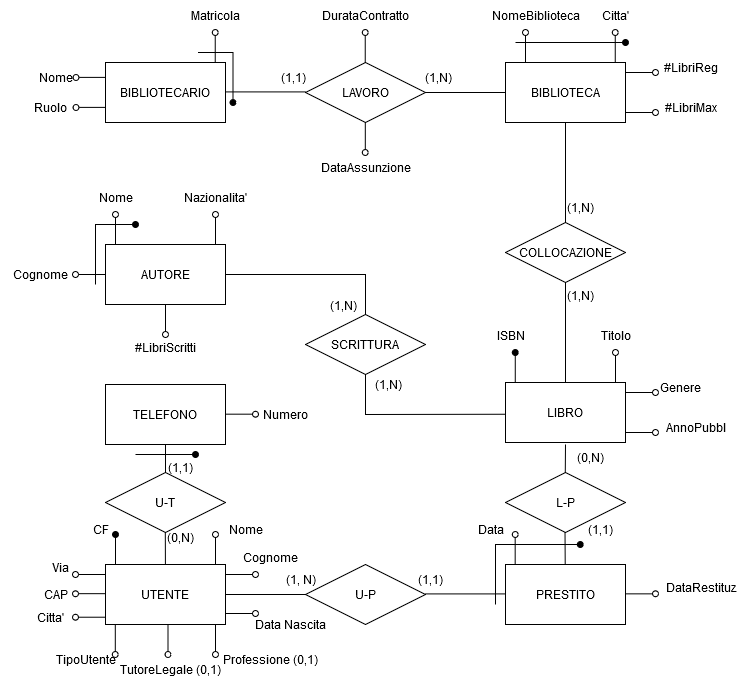
Earlier version of the draw.io export Biblioteca Ristrutturata.drawio.png (alexbnls/BasiDati). Source tidied: cells renumbered, new cells last; positions are measured from the earlier drawing's top-left corner, leaving out a move shared by most shapes.
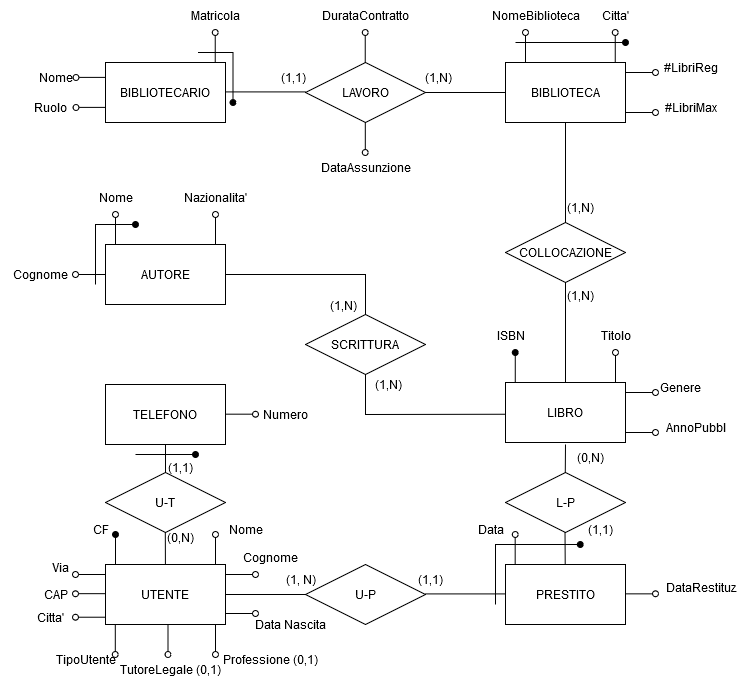
Above is the later version.

The edit, as a diff of the source:
```diff
@@ -316,15 +316,6 @@
         <mxPoint x="215" y="654" as="targetPoint" />
       </mxGeometry>
     </mxCell>
-    <mxCell id="76" style="endArrow=oval;html=1;rounded=0;endFill=0;" parent="1" edge="1">
-      <mxGeometry relative="1" as="geometry">
-        <mxPoint x="165" y="304" as="sourcePoint" />
-        <mxPoint x="165" y="334" as="targetPoint" />
-      </mxGeometry>
-    </mxCell>
-    <mxCell id="77" value="#LibriScritti" style="text;html=1;align=center;verticalAlign=middle;strokeColor=none;fillColor=none;" parent="1" vertex="1">
-      <mxGeometry x="125" y="332" width="80" height="30" as="geometry" />
-    </mxCell>
     <mxCell id="78" value="TELEFONO" style="rounded=0;whiteSpace=wrap;html=1;" parent="1" vertex="1">
       <mxGeometry x="105" y="384" width="120" height="60" as="geometry" />
     </mxCell>
```
